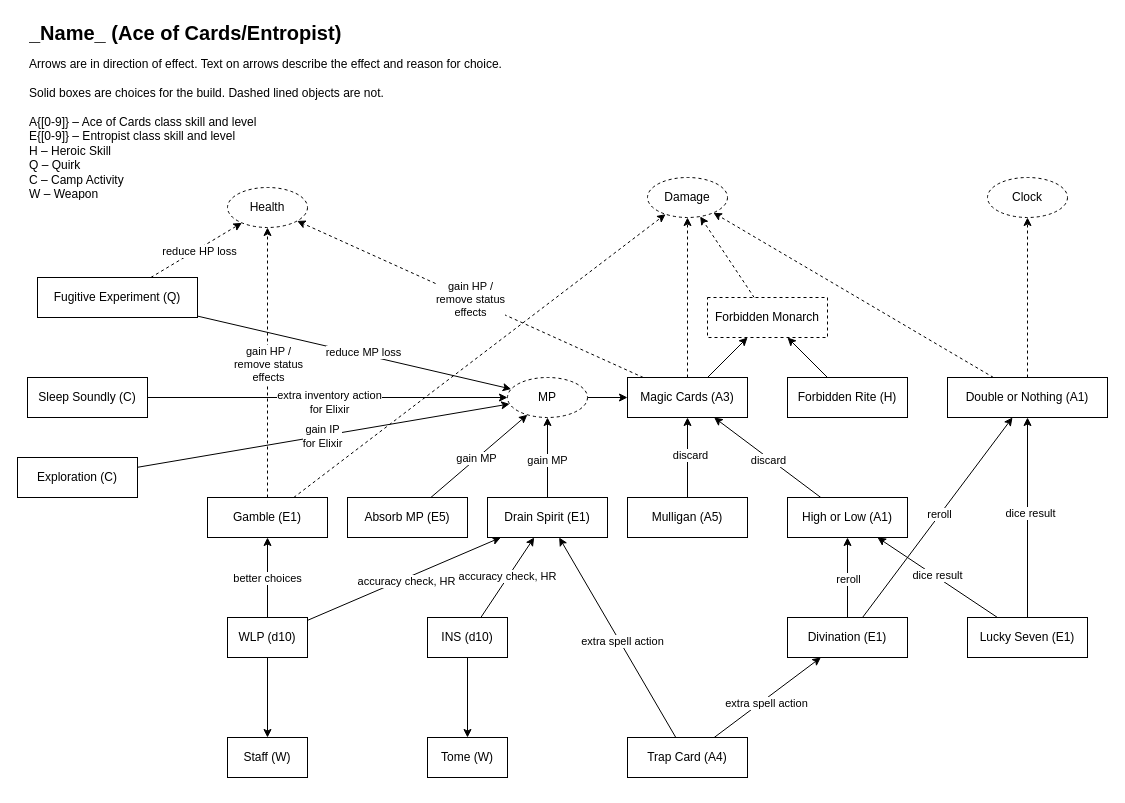
Above: Fab_Ult_Ace_of_Cards.drawio in nzNancyZhao/drawio (draw.io), before the change. Source tidied: cells renumbered, new cells numbered last; positions are measured from the earlier drawing's top-left corner, leaving out a move shared by most shapes. Both pictures are drawn from the tidied source at 100%, with x=0, y=0 at pixel (17, 17).
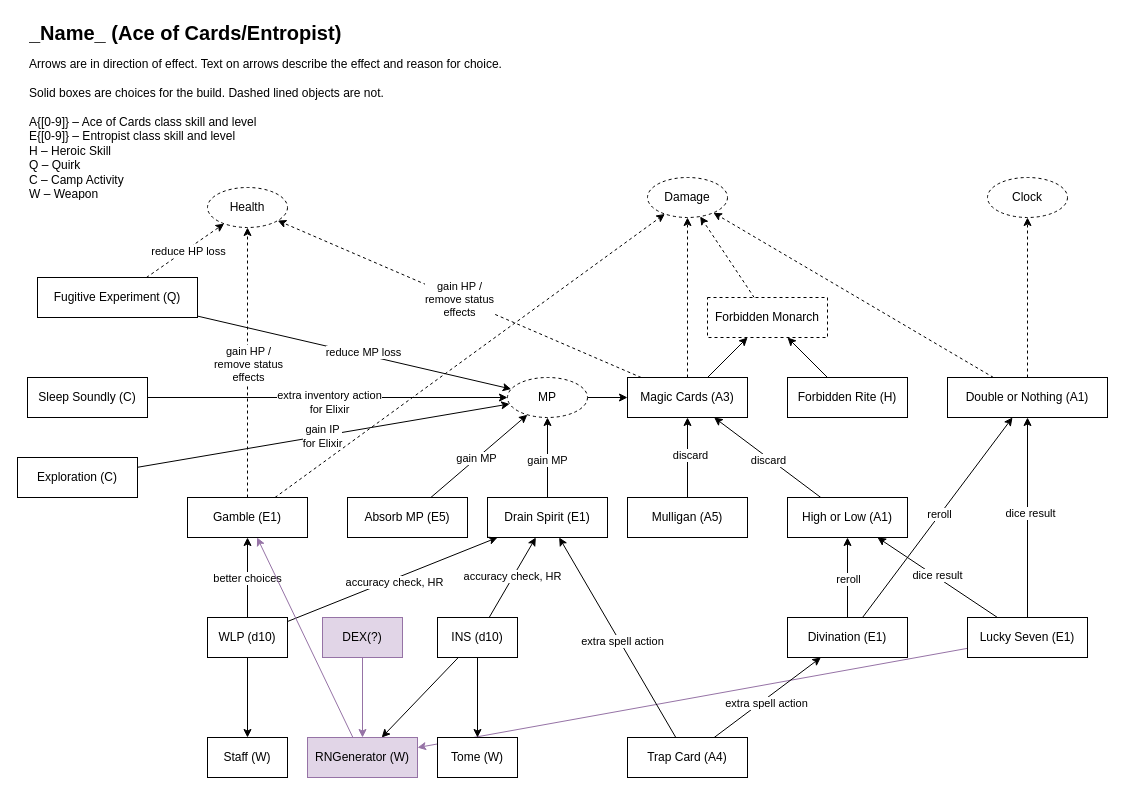
Above is the later version.

Unchanged cells that the change refers to:
```xml
<mxCell id="29" value="Lucky Seven (E1)" style="rounded=0;whiteSpace=wrap;html=1;" parent="1" vertex="1">
  <mxGeometry x="950" y="600" width="120" height="40" as="geometry" />
</mxCell>
```

The edit, as a diff of the source:
```diff
@@
+    <mxCell id="75" style="rounded=0;jettySize=auto;html=1;fillColor=#e1d5e7;strokeColor=#9673a6;" parent="1" edge="1" source="29" target="78">
+      <mxGeometry relative="1" as="geometry" />
+    </mxCell>
@@
+    <mxCell id="76" style="rounded=0;jettySize=auto;html=1;" parent="1" edge="1" source="43" target="78">
+      <mxGeometry relative="1" as="geometry" />
+    </mxCell>
     <mxCell id="43" value="&lt;div&gt;INS (d10)&lt;/div&gt;" style="rounded=0;whiteSpace=wrap;html=1;" parent="1" vertex="1">
-      <mxGeometry x="410" y="600" width="80" height="40" as="geometry" />
+      <mxGeometry x="420" y="600" width="80" height="40" as="geometry" />
     </mxCell>
@@
     <mxCell id="49" value="WLP (d10)" style="rounded=0;whiteSpace=wrap;html=1;" parent="1" vertex="1">
-      <mxGeometry x="210" y="600" width="80" height="40" as="geometry" />
+      <mxGeometry x="190" y="600" width="80" height="40" as="geometry" />
     </mxCell>
@@
     <mxCell id="56" value="Gamble (E1)" style="rounded=0;whiteSpace=wrap;html=1;" parent="1" vertex="1">
-      <mxGeometry x="190" y="480" width="120" height="40" as="geometry" />
+      <mxGeometry x="170" y="480" width="120" height="40" as="geometry" />
     </mxCell>
     <mxCell id="57" value="Health" style="ellipse;whiteSpace=wrap;html=1;dashed=1;" parent="1" vertex="1">
-      <mxGeometry x="210" y="170" width="80" height="40" as="geometry" />
+      <mxGeometry x="190" y="170" width="80" height="40" as="geometry" />
     </mxCell>
@@
     <mxCell id="65" value="Staff (W)" style="rounded=0;whiteSpace=wrap;html=1;" parent="1" vertex="1">
-      <mxGeometry x="210" y="720" width="80" height="40" as="geometry" />
+      <mxGeometry x="190" y="720" width="80" height="40" as="geometry" />
     </mxCell>
     <mxCell id="66" value="Tome (W)" style="rounded=0;whiteSpace=wrap;html=1;" parent="1" vertex="1">
-      <mxGeometry x="410" y="720" width="80" height="40" as="geometry" />
+      <mxGeometry x="420" y="720" width="80" height="40" as="geometry" />
     </mxCell>
@@
+    <mxCell id="77" style="rounded=0;jettySize=auto;html=1;fillColor=#e1d5e7;strokeColor=#9673a6;" parent="1" edge="1" source="78" target="56">
+      <mxGeometry relative="1" as="geometry" />
+    </mxCell>
+    <mxCell id="78" value="RNGenerator (W)" style="rounded=0;whiteSpace=wrap;html=1;fillColor=#e1d5e7;strokeColor=#9673a6;" parent="1" vertex="1">
+      <mxGeometry x="290" y="720" width="110" height="40" as="geometry" />
+    </mxCell>
+    <mxCell id="79" style="rounded=0;jettySize=auto;html=1;fillColor=#e1d5e7;strokeColor=#9673a6;" parent="1" edge="1" source="80" target="78">
+      <mxGeometry relative="1" as="geometry" />
+    </mxCell>
+    <mxCell id="80" value="&lt;div&gt;DEX(?)&lt;br&gt;&lt;/div&gt;" style="rounded=0;whiteSpace=wrap;html=1;fillColor=#e1d5e7;strokeColor=#9673a6;" parent="1" vertex="1">
+      <mxGeometry x="305" y="600" width="80" height="40" as="geometry" />
+    </mxCell>
```
